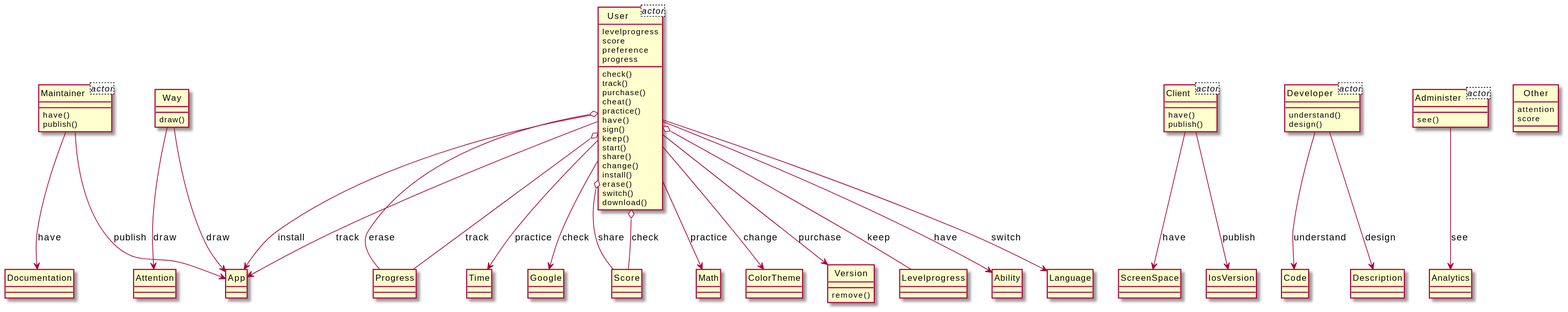
Above: output/diagram_5/2018-USC-Project07.svg in xixixhalu/DomainModelExtractor (PlantUML), before the change.
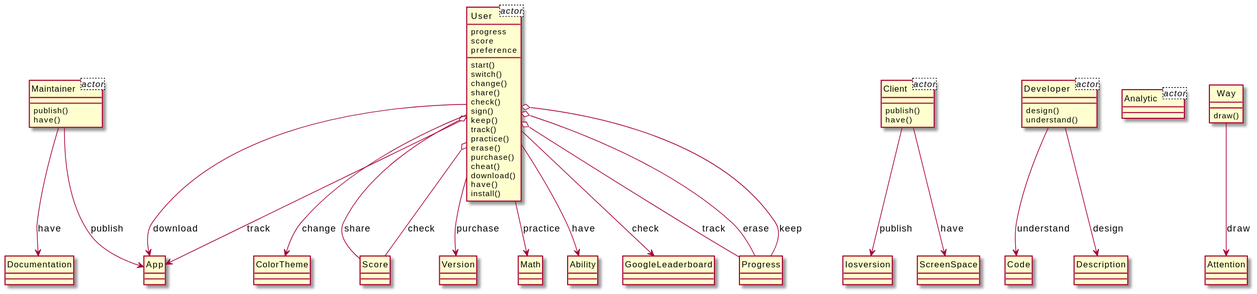
After the commit.

Change to the diagram source:
```diff
@@ -1,10 +1,9 @@
 @startuml
 hide circle
 class User<actor> {
-	levelprogress
+	progress
 	score
 	preference
-	progress
 }
 class Client<actor> {
 }
@@ -12,105 +11,85 @@
 }
 class Maintainer<actor> {
 }
-class Administer<actor> {
-}
-class Other {
-	attention
-	score
-}
-class Maintainer {
-	have()
-	publish()
-}
-class Documentation {
+class Analytic<actor> {
 }
 class User {
+	start()
+	switch()
+	change()
+	share()
 	check()
+	sign()
+	keep()
 	track()
+	practice()
+	erase()
 	purchase()
 	cheat()
-	practice()
+	download()
 	have()
-	sign()
-	keep()
-	start()
-	share()
-	change()
 	install()
-	erase()
-	switch()
-	download()
+}
+class Progress {
 }
 class App {
 }
+class ColorTheme {
+}
 class Client {
+	publish()
 	have()
-	publish()
+}
+class Iosversion {
+}
+class Developer {
+	design()
+	understand()
+}
+class Score {
+}
+class Version {
+}
+class Math {
 }
 class ScreenSpace {
 }
-class Developer {
-	understand()
-	design()
+class Maintainer {
+	publish()
+	have()
+}
+class Code {
+}
+class Ability {
 }
 class Way {
 	draw()
 }
-class Administer {
-	see()
-}
 class Attention {
-}
-class Score {
-}
-class Progress {
-}
-class Time {
-}
-class Google {
-}
-class Math {
-}
-class ColorTheme {
-}
-class Code {
-}
-class Version {
-	remove()
-}
-class IosVersion {
-}
-class Levelprogress {
-}
-class Ability {
-}
-class Analytics {
 }
 class Description {
 }
-class Language {
+class Documentation {
 }
+class GoogleLeaderboard {
+}
+User o-- Progress : erase
+User o-- Progress : keep
+Maintainer --> Documentation : have
+User --> App : download
 User --> App : track
-User --> App : install
+User o-- Score : share
+User --> Version : purchase
+User --> GoogleLeaderboard : check
+User --> Math : practice
 Client --> ScreenSpace : have
 User o-- Score : check
-User o-- Progress : erase
-User --> Version : purchase
+Developer --> Code : understand
+Client --> Iosversion : publish
+User --> Ability : have
+Maintainer --> App : publish
 Way --> Attention : draw
-Client --> IosVersion : publish
-Maintainer --> Documentation : have
-User o-- Score : share
-User o-- Levelprogress : keep
-Maintainer --> App : publish
+Developer --> Description : design
 User o-- Progress : track
-User --> Ability : have
-User --> Time : practice
-Administer --> Analytics : see
-User --> Google : check
-Developer --> Description : design
-User --> Math : practice
-User --> Language : switch
 User --> ColorTheme : change
-Developer --> Code : understand
-Way --> App : draw
 @enduml
```
